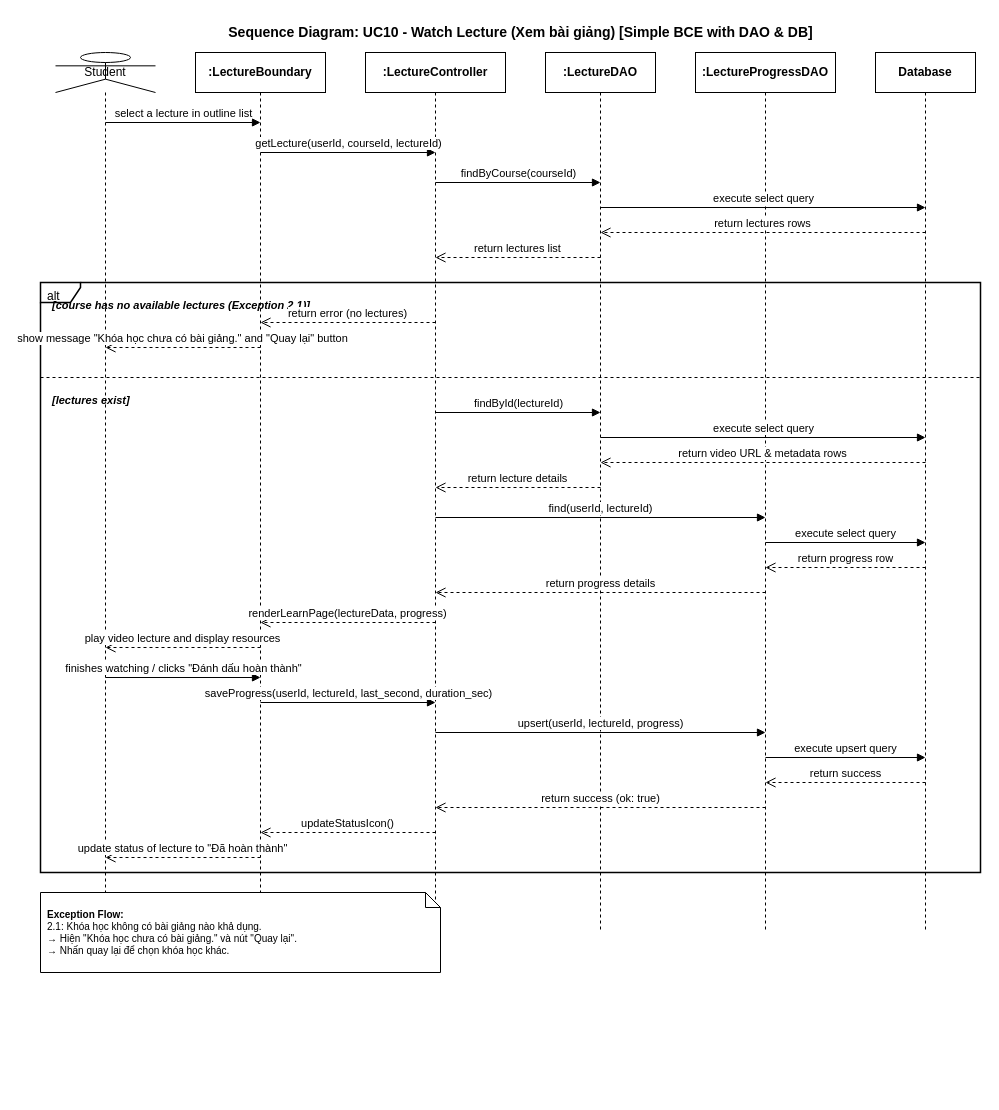
Above: diagrams/UC10_WatchLecture_SimpleBCE_Sequence.drawio in Ntpminzu/FinalWeb2025 (draw.io), before the change. Source tidied: cells renumbered, new cells numbered last; positions are measured from the earlier drawing's top-left corner, leaving out a move shared by most shapes. Both pictures are drawn from the tidied source at 100%, with x=0, y=0 at pixel (40, 17).
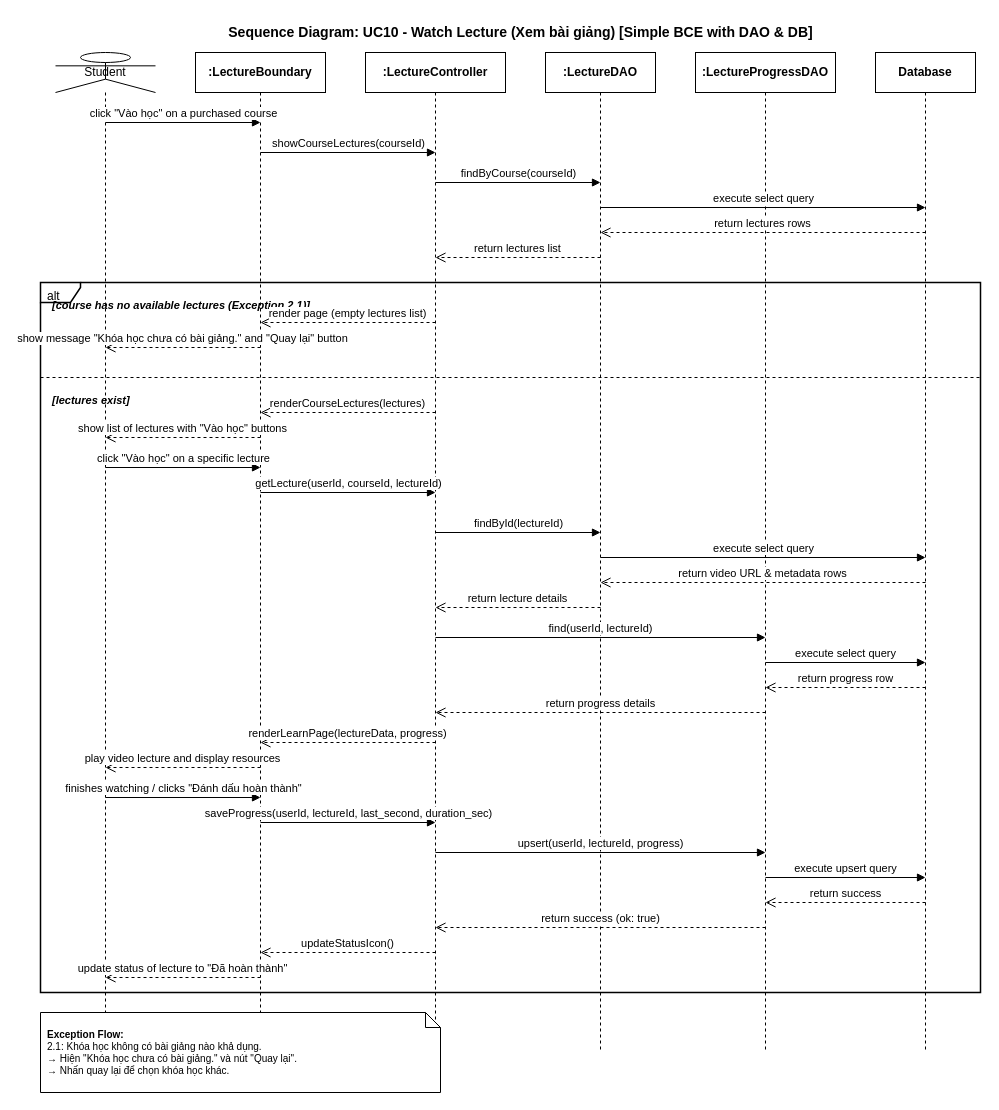
The same page after the edit.

Change to the diagram source:
```diff
@@
     <mxCell id="3" value="Student" style="shape=umlLifeline;participant=umlActor;perimeter=lifelinePerimeter;whiteSpace=wrap;html=1;newEdgeStyle={&quot;curved&quot;:0,&quot;rounded&quot;:0};" parent="1" vertex="1">
-      <mxGeometry x="15" y="35" width="100" height="880" as="geometry" />
+      <mxGeometry x="15" y="35" width="100" height="1000" as="geometry" />
     </mxCell>
     <mxCell id="4" value="&lt;b&gt;:LectureBoundary&lt;/b&gt;" style="shape=umlLifeline;perimeter=lifelinePerimeter;whiteSpace=wrap;html=1;newEdgeStyle={&quot;curved&quot;:0,&quot;rounded&quot;:0};" parent="1" vertex="1">
-      <mxGeometry x="155" y="35" width="130" height="880" as="geometry" />
+      <mxGeometry x="155" y="35" width="130" height="1000" as="geometry" />
     </mxCell>
     <mxCell id="5" value="&lt;b&gt;:LectureController&lt;/b&gt;" style="shape=umlLifeline;perimeter=lifelinePerimeter;whiteSpace=wrap;html=1;newEdgeStyle={&quot;curved&quot;:0,&quot;rounded&quot;:0};" parent="1" vertex="1">
-      <mxGeometry x="325" y="35" width="140" height="880" as="geometry" />
+      <mxGeometry x="325" y="35" width="140" height="1000" as="geometry" />
     </mxCell>
     <mxCell id="6" value="&lt;b&gt;:LectureDAO&lt;/b&gt;" style="shape=umlLifeline;perimeter=lifelinePerimeter;whiteSpace=wrap;html=1;newEdgeStyle={&quot;curved&quot;:0,&quot;rounded&quot;:0};" parent="1" vertex="1">
-      <mxGeometry x="505" y="35" width="110" height="880" as="geometry" />
+      <mxGeometry x="505" y="35" width="110" height="1000" as="geometry" />
     </mxCell>
     <mxCell id="7" value="&lt;b&gt;:LectureProgressDAO&lt;/b&gt;" style="shape=umlLifeline;perimeter=lifelinePerimeter;whiteSpace=wrap;html=1;newEdgeStyle={&quot;curved&quot;:0,&quot;rounded&quot;:0};" parent="1" vertex="1">
-      <mxGeometry x="655" y="35" width="140" height="880" as="geometry" />
+      <mxGeometry x="655" y="35" width="140" height="1000" as="geometry" />
     </mxCell>
     <mxCell id="8" value="&lt;b&gt;Database&lt;/b&gt;" style="shape=umlLifeline;perimeter=lifelinePerimeter;whiteSpace=wrap;html=1;newEdgeStyle={&quot;curved&quot;:0,&quot;rounded&quot;:0};" parent="1" vertex="1">
-      <mxGeometry x="835" y="35" width="100" height="880" as="geometry" />
+      <mxGeometry x="835" y="35" width="100" height="1000" as="geometry" />
     </mxCell>
-    <mxCell id="9" value="select a lecture in outline list" style="html=1;verticalAlign=bottom;endArrow=block;curved=0;rounded=0;endFill=1;" parent="1" edge="1">
+    <mxCell id="9" value="click &quot;Vào học&quot; on a purchased course" style="html=1;verticalAlign=bottom;endArrow=block;curved=0;rounded=0;endFill=1;" parent="1" edge="1">
       <mxGeometry relative="1" as="geometry">
         <mxPoint x="65" y="105" as="sourcePoint" />
         <mxPoint x="220" y="105" as="targetPoint" />
       </mxGeometry>
     </mxCell>
-    <mxCell id="10" value="getLecture(userId, courseId, lectureId)" style="html=1;verticalAlign=bottom;endArrow=block;curved=0;rounded=0;endFill=1;" parent="1" edge="1">
+    <mxCell id="10" value="showCourseLectures(courseId)" style="html=1;verticalAlign=bottom;endArrow=block;curved=0;rounded=0;endFill=1;" parent="1" edge="1">
       <mxGeometry relative="1" as="geometry">
         <mxPoint x="220" y="135" as="sourcePoint" />
         <mxPoint x="395" y="135" as="targetPoint" />
       </mxGeometry>
     </mxCell>
@@
     <mxCell id="15" value="alt" style="shape=umlFrame;whiteSpace=wrap;html=1;width=40;height=20;boundedLbl=1;verticalAlign=top;align=left;spacingLeft=5;dashed=0;strokeWidth=1.5;" parent="1" vertex="1">
-      <mxGeometry y="265" width="940" height="590" as="geometry" />
+      <mxGeometry y="265" width="940" height="710" as="geometry" />
     </mxCell>
@@
-    <mxCell id="17" value="return error (no lectures)" style="html=1;verticalAlign=bottom;endArrow=open;dashed=1;endSize=8;curved=0;rounded=0;endFill=0;" parent="1" edge="1">
+    <mxCell id="17" value="render page (empty lectures list)" style="html=1;verticalAlign=bottom;endArrow=open;dashed=1;endSize=8;curved=0;rounded=0;endFill=0;" parent="1" edge="1">
       <mxGeometry relative="1" as="geometry">
         <mxPoint x="395" y="305" as="sourcePoint" />
         <mxPoint x="220" y="305" as="targetPoint" />
       </mxGeometry>
     </mxCell>
@@
+    <mxCell id="40" value="renderCourseLectures(lectures)" style="html=1;verticalAlign=bottom;endArrow=open;dashed=1;endSize=8;curved=0;rounded=0;endFill=0;" parent="1" edge="1">
+      <mxGeometry relative="1" as="geometry">
+        <mxPoint x="395" y="395" as="sourcePoint" />
+        <mxPoint x="220" y="395" as="targetPoint" />
+      </mxGeometry>
+    </mxCell>
+    <mxCell id="41" value="show list of lectures with &quot;Vào học&quot; buttons" style="html=1;verticalAlign=bottom;endArrow=open;dashed=1;endSize=8;curved=0;rounded=0;endFill=0;" parent="1" edge="1">
+      <mxGeometry relative="1" as="geometry">
+        <mxPoint x="220" y="420" as="sourcePoint" />
+        <mxPoint x="65" y="420" as="targetPoint" />
+      </mxGeometry>
+    </mxCell>
+    <mxCell id="42" value="click &quot;Vào học&quot; on a specific lecture" style="html=1;verticalAlign=bottom;endArrow=block;curved=0;rounded=0;endFill=1;" parent="1" edge="1">
+      <mxGeometry relative="1" as="geometry">
+        <mxPoint x="65" y="450" as="sourcePoint" />
+        <mxPoint x="220" y="450" as="targetPoint" />
+      </mxGeometry>
+    </mxCell>
+    <mxCell id="43" value="getLecture(userId, courseId, lectureId)" style="html=1;verticalAlign=bottom;endArrow=block;curved=0;rounded=0;endFill=1;" parent="1" edge="1">
+      <mxGeometry relative="1" as="geometry">
+        <mxPoint x="220" y="475" as="sourcePoint" />
+        <mxPoint x="395" y="475" as="targetPoint" />
+      </mxGeometry>
+    </mxCell>
     <mxCell id="21" value="findById(lectureId)" style="html=1;verticalAlign=bottom;endArrow=block;curved=0;rounded=0;endFill=1;" parent="1" edge="1">
       <mxGeometry relative="1" as="geometry">
-        <mxPoint x="395" y="395" as="sourcePoint" />
-        <mxPoint x="560" y="395" as="targetPoint" />
+        <mxPoint x="395" y="515" as="sourcePoint" />
+        <mxPoint x="560" y="515" as="targetPoint" />
       </mxGeometry>
     </mxCell>
     <mxCell id="22" value="execute select query" style="html=1;verticalAlign=bottom;endArrow=block;curved=0;rounded=0;endFill=1;" parent="1" edge="1">
       <mxGeometry relative="1" as="geometry">
-        <mxPoint x="560" y="420" as="sourcePoint" />
-        <mxPoint x="885" y="420" as="targetPoint" />
+        <mxPoint x="560" y="540" as="sourcePoint" />
+        <mxPoint x="885" y="540" as="targetPoint" />
       </mxGeometry>
     </mxCell>
     <mxCell id="23" value="return video URL &amp; metadata rows" style="html=1;verticalAlign=bottom;endArrow=open;dashed=1;endSize=8;curved=0;rounded=0;endFill=0;" parent="1" edge="1">
       <mxGeometry relative="1" as="geometry">
-        <mxPoint x="885" y="445" as="sourcePoint" />
-        <mxPoint x="560" y="445" as="targetPoint" />
+        <mxPoint x="885" y="565" as="sourcePoint" />
+        <mxPoint x="560" y="565" as="targetPoint" />
       </mxGeometry>
     </mxCell>
     <mxCell id="24" value="return lecture details" style="html=1;verticalAlign=bottom;endArrow=open;dashed=1;endSize=8;curved=0;rounded=0;endFill=0;" parent="1" edge="1">
       <mxGeometry relative="1" as="geometry">
-        <mxPoint x="560" y="470" as="sourcePoint" />
-        <mxPoint x="395" y="470" as="targetPoint" />
+        <mxPoint x="560" y="590" as="sourcePoint" />
+        <mxPoint x="395" y="590" as="targetPoint" />
       </mxGeometry>
     </mxCell>
     <mxCell id="25" value="find(userId, lectureId)" style="html=1;verticalAlign=bottom;endArrow=block;curved=0;rounded=0;endFill=1;" parent="1" edge="1">
       <mxGeometry relative="1" as="geometry">
-        <mxPoint x="395" y="500" as="sourcePoint" />
-        <mxPoint x="725" y="500" as="targetPoint" />
+        <mxPoint x="395" y="620" as="sourcePoint" />
+        <mxPoint x="725" y="620" as="targetPoint" />
       </mxGeometry>
     </mxCell>
     <mxCell id="26" value="execute select query" style="html=1;verticalAlign=bottom;endArrow=block;curved=0;rounded=0;endFill=1;" parent="1" edge="1">
       <mxGeometry relative="1" as="geometry">
-        <mxPoint x="725" y="525" as="sourcePoint" />
-        <mxPoint x="885" y="525" as="targetPoint" />
+        <mxPoint x="725" y="645" as="sourcePoint" />
+        <mxPoint x="885" y="645" as="targetPoint" />
       </mxGeometry>
     </mxCell>
     <mxCell id="27" value="return progress row" style="html=1;verticalAlign=bottom;endArrow=open;dashed=1;endSize=8;curved=0;rounded=0;endFill=0;" parent="1" edge="1">
       <mxGeometry relative="1" as="geometry">
-        <mxPoint x="885" y="550" as="sourcePoint" />
-        <mxPoint x="725" y="550" as="targetPoint" />
+        <mxPoint x="885" y="670" as="sourcePoint" />
+        <mxPoint x="725" y="670" as="targetPoint" />
       </mxGeometry>
     </mxCell>
     <mxCell id="28" value="return progress details" style="html=1;verticalAlign=bottom;endArrow=open;dashed=1;endSize=8;curved=0;rounded=0;endFill=0;" parent="1" edge="1">
       <mxGeometry relative="1" as="geometry">
-        <mxPoint x="725" y="575" as="sourcePoint" />
-        <mxPoint x="395" y="575" as="targetPoint" />
+        <mxPoint x="725" y="695" as="sourcePoint" />
+        <mxPoint x="395" y="695" as="targetPoint" />
       </mxGeometry>
     </mxCell>
     <mxCell id="29" value="renderLearnPage(lectureData, progress)" style="html=1;verticalAlign=bottom;endArrow=open;dashed=1;endSize=8;curved=0;rounded=0;endFill=0;" parent="1" edge="1">
       <mxGeometry relative="1" as="geometry">
-        <mxPoint x="395" y="605" as="sourcePoint" />
-        <mxPoint x="220" y="605" as="targetPoint" />
+        <mxPoint x="395" y="725" as="sourcePoint" />
+        <mxPoint x="220" y="725" as="targetPoint" />
       </mxGeometry>
     </mxCell>
     <mxCell id="30" value="play video lecture and display resources" style="html=1;verticalAlign=bottom;endArrow=open;dashed=1;endSize=8;curved=0;rounded=0;endFill=0;" parent="1" edge="1">
       <mxGeometry relative="1" as="geometry">
-        <mxPoint x="220" y="630" as="sourcePoint" />
-        <mxPoint x="65" y="630" as="targetPoint" />
+        <mxPoint x="220" y="750" as="sourcePoint" />
+        <mxPoint x="65" y="750" as="targetPoint" />
       </mxGeometry>
     </mxCell>
     <mxCell id="31" value="finishes watching / clicks &quot;Đánh dấu hoàn thành&quot;" style="html=1;verticalAlign=bottom;endArrow=block;curved=0;rounded=0;endFill=1;" parent="1" edge="1">
       <mxGeometry relative="1" as="geometry">
-        <mxPoint x="65" y="660" as="sourcePoint" />
-        <mxPoint x="220" y="660" as="targetPoint" />
+        <mxPoint x="65" y="780" as="sourcePoint" />
+        <mxPoint x="220" y="780" as="targetPoint" />
       </mxGeometry>
     </mxCell>
     <mxCell id="32" value="saveProgress(userId, lectureId, last_second, duration_sec)" style="html=1;verticalAlign=bottom;endArrow=block;curved=0;rounded=0;endFill=1;" parent="1" edge="1">
       <mxGeometry relative="1" as="geometry">
-        <mxPoint x="220" y="685" as="sourcePoint" />
-        <mxPoint x="395" y="685" as="targetPoint" />
+        <mxPoint x="220" y="805" as="sourcePoint" />
+        <mxPoint x="395" y="805" as="targetPoint" />
       </mxGeometry>
     </mxCell>
     <mxCell id="33" value="upsert(userId, lectureId, progress)" style="html=1;verticalAlign=bottom;endArrow=block;curved=0;rounded=0;endFill=1;" parent="1" edge="1">
       <mxGeometry relative="1" as="geometry">
-        <mxPoint x="395" y="715" as="sourcePoint" />
-        <mxPoint x="725" y="715" as="targetPoint" />
+        <mxPoint x="395" y="835" as="sourcePoint" />
+        <mxPoint x="725" y="835" as="targetPoint" />
       </mxGeometry>
     </mxCell>
     <mxCell id="34" value="execute upsert query" style="html=1;verticalAlign=bottom;endArrow=block;curved=0;rounded=0;endFill=1;" parent="1" edge="1">
       <mxGeometry relative="1" as="geometry">
-        <mxPoint x="725" y="740" as="sourcePoint" />
-        <mxPoint x="885" y="740" as="targetPoint" />
+        <mxPoint x="725" y="860" as="sourcePoint" />
+        <mxPoint x="885" y="860" as="targetPoint" />
       </mxGeometry>
     </mxCell>
     <mxCell id="35" value="return success" style="html=1;verticalAlign=bottom;endArrow=open;dashed=1;endSize=8;curved=0;rounded=0;endFill=0;" parent="1" edge="1">
       <mxGeometry relative="1" as="geometry">
-        <mxPoint x="885" y="765" as="sourcePoint" />
-        <mxPoint x="725" y="765" as="targetPoint" />
+        <mxPoint x="885" y="885" as="sourcePoint" />
+        <mxPoint x="725" y="885" as="targetPoint" />
       </mxGeometry>
     </mxCell>
     <mxCell id="36" value="return success (ok: true)" style="html=1;verticalAlign=bottom;endArrow=open;dashed=1;endSize=8;curved=0;rounded=0;endFill=0;" parent="1" edge="1">
       <mxGeometry relative="1" as="geometry">
-        <mxPoint x="725" y="790" as="sourcePoint" />
-        <mxPoint x="395" y="790" as="targetPoint" />
+        <mxPoint x="725" y="910" as="sourcePoint" />
+        <mxPoint x="395" y="910" as="targetPoint" />
       </mxGeometry>
     </mxCell>
     <mxCell id="37" value="updateStatusIcon()" style="html=1;verticalAlign=bottom;endArrow=open;dashed=1;endSize=8;curved=0;rounded=0;endFill=0;" parent="1" edge="1">
       <mxGeometry relative="1" as="geometry">
-        <mxPoint x="395" y="815" as="sourcePoint" />
-        <mxPoint x="220" y="815" as="targetPoint" />
+        <mxPoint x="395" y="935" as="sourcePoint" />
+        <mxPoint x="220" y="935" as="targetPoint" />
       </mxGeometry>
     </mxCell>
     <mxCell id="38" value="update status of lecture to &quot;Đã hoàn thành&quot;" style="html=1;verticalAlign=bottom;endArrow=open;dashed=1;endSize=8;curved=0;rounded=0;endFill=0;" parent="1" edge="1">
       <mxGeometry relative="1" as="geometry">
-        <mxPoint x="220" y="840" as="sourcePoint" />
-        <mxPoint x="65" y="840" as="targetPoint" />
+        <mxPoint x="220" y="960" as="sourcePoint" />
+        <mxPoint x="65" y="960" as="targetPoint" />
       </mxGeometry>
     </mxCell>
     <mxCell id="39" value="&lt;b&gt;Exception Flow:&lt;/b&gt;&#10;2.1: Khóa học không có bài giảng nào khả dụng.&#10;→ Hiện &quot;Khóa học chưa có bài giảng.&quot; và nút &quot;Quay lại&quot;.&#10;→ Nhấn quay lại để chọn khóa học khác." style="shape=note;whiteSpace=wrap;html=1;backgroundOutline=1;size=15;align=left;spacingLeft=5;fontSize=10;" parent="1" vertex="1">
-      <mxGeometry y="875" width="400" height="80" as="geometry" />
+      <mxGeometry y="995" width="400" height="80" as="geometry" />
     </mxCell>
```
